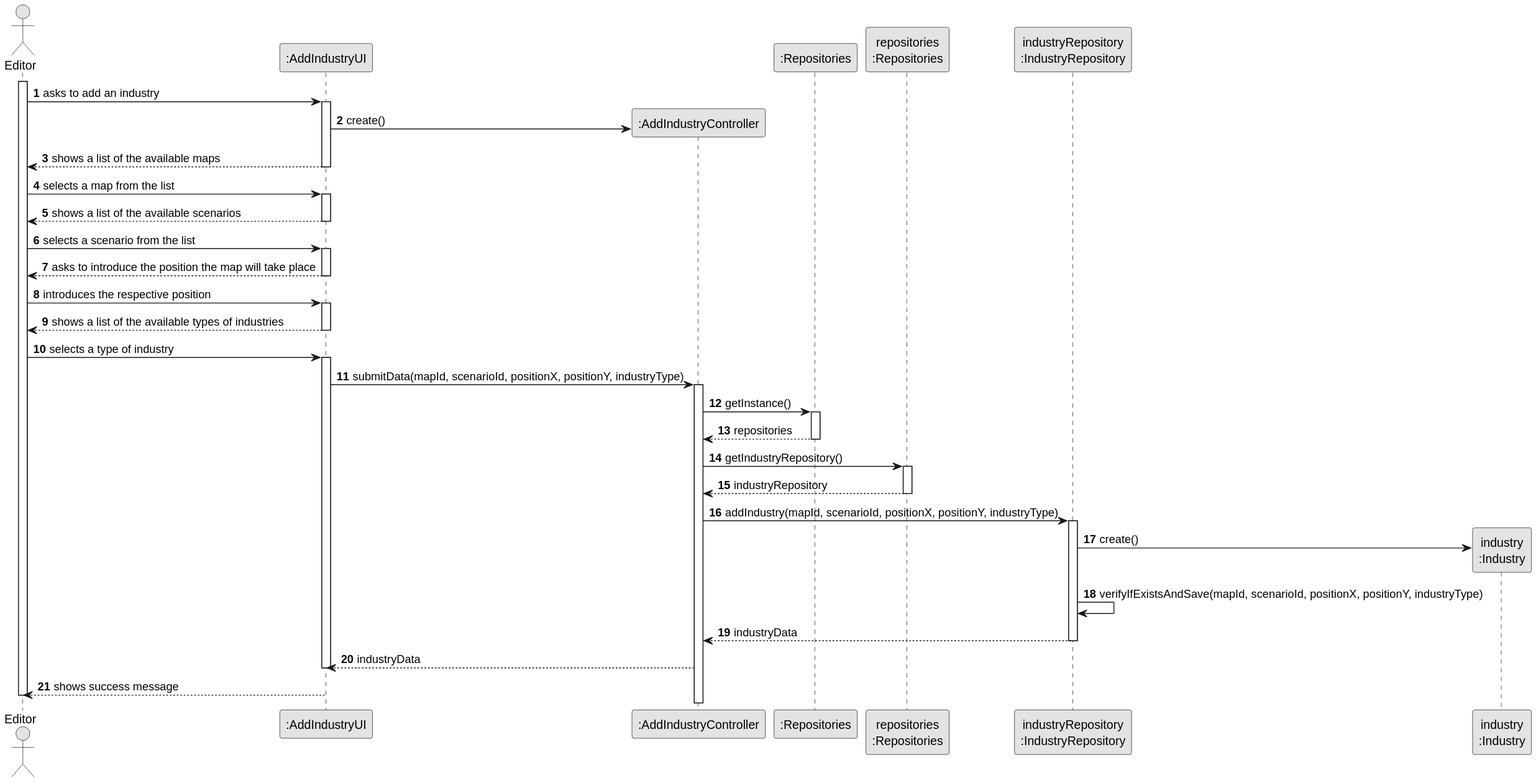
Before: docs/sprint2/us002/03.design/svg/us002-sequence-diagram-full.svg, a diagram exported from PlantUML (ivasduarte/all-aboard).
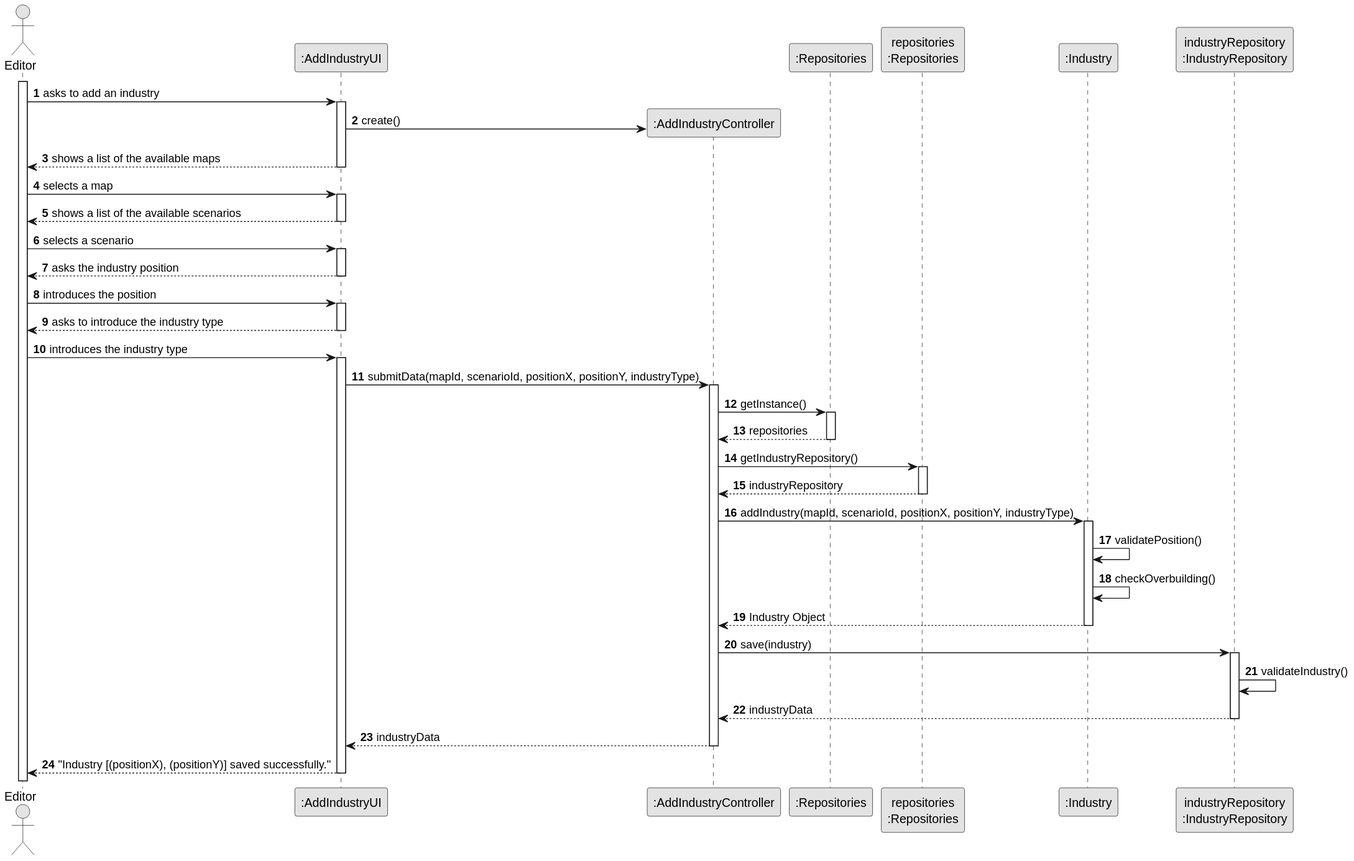
Later version of the same file.

The edit, as a diff of the source:
```diff
@@ -16,65 +16,70 @@
 create ":AddIndustryController" as CTRL
 UI -> CTRL : create()
 
-participant ":Repositories" as RepositorySingleton
-participant "repositories\n:Repositories" as PLAT
-participant "industryRepository\n:IndustryRepository" as industryRepository
+participant ":Repositories" as REPS
+participant "repositories\n:Repositories" as reps
+participant ":Industry" as IND
+participant "industryRepository\n:IndustryRepository" as repo
 
 UI --> Editor : shows a list of the available maps
 deactivate UI
 
-Editor -> UI : selects a map from the list
+Editor -> UI : selects a map
 activate UI
 
 UI --> Editor : shows a list of the available scenarios
 deactivate UI
 
-Editor -> UI : selects a scenario from the list
+Editor -> UI : selects a scenario
 activate UI
 
-UI --> Editor : asks to introduce the position the map will take place
+UI --> Editor : asks the industry position
 deactivate UI
 
-Editor -> UI : introduces the respective position
+Editor -> UI : introduces the position
 activate UI
 
-UI --> Editor : shows a list of the available types of industries
+UI --> Editor : asks to introduce the industry type
 deactivate UI
 
-Editor -> UI : selects a type of industry
+Editor -> UI : introduces the industry type
 activate UI
 
 UI -> CTRL : submitData(mapId, scenarioId, positionX, positionY, industryType)
 activate CTRL
 
-CTRL -> RepositorySingleton : getInstance()
-activate RepositorySingleton
+CTRL -> REPS : getInstance()
+activate  REPS
 
-RepositorySingleton --> CTRL : repositories
-deactivate RepositorySingleton
+REPS --> CTRL : repositories
+deactivate REPS
 
-CTRL -> PLAT : getIndustryRepository()
-activate PLAT
+CTRL -> reps : getIndustryRepository()
+activate reps
 
-PLAT --> CTRL : industryRepository
-deactivate PLAT
+reps --> CTRL : industryRepository
+deactivate reps
 
-CTRL -> industryRepository : addIndustry(mapId, scenarioId, positionX, positionY, industryType)
-activate industryRepository
+CTRL -> IND : addIndustry(mapId, scenarioId, positionX, positionY, industryType)
+activate IND
 
-create "industry\n:Industry" as industry
-industryRepository -> industry : create()
+IND -> IND : validatePosition()
+IND -> IND : checkOverbuilding()
 
-industryRepository -> industryRepository : verifyIfExistsAndSave(mapId, scenarioId, positionX, positionY, industryType)
+IND --> CTRL : Industry Object
+deactivate IND
 
-industryRepository --> CTRL : industryData
-deactivate industryRepository
+CTRL -> repo : save(industry)
+activate repo
+
+repo -> repo : validateIndustry()
+
+repo --> CTRL : industryData
+deactivate repo
 
 CTRL --> UI : industryData
+deactivate CTRL
+
+UI --> Editor : "Industry [(positionX), (positionY)] saved successfully."
 deactivate UI
-
-UI --> Editor : shows success message
-deactivate Editor
-
-deactivate Editor
 @enduml
```
